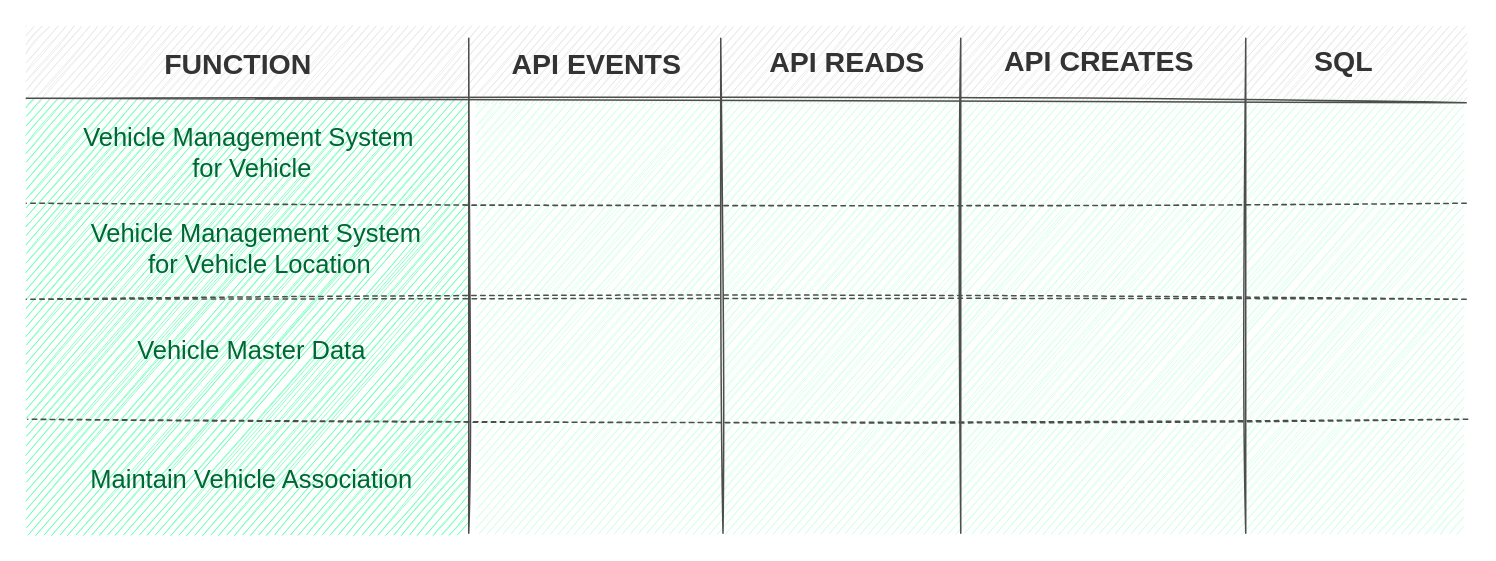
latonaio/sap-sandbox-vehicles keeps this draw.io diagram as documents/sap-sandbox-vehicle.drawio. Above is the earlier version. Source tidied: cells renumbered, new cells numbered last; positions are measured from the earlier drawing's top-left corner, leaving out a move shared by most shapes. Both pictures are drawn from the tidied source at 150%, with x=0, y=0 at pixel (26, 26). Pictures stored in the file or linked from it are replaced by grey dashed boxes.
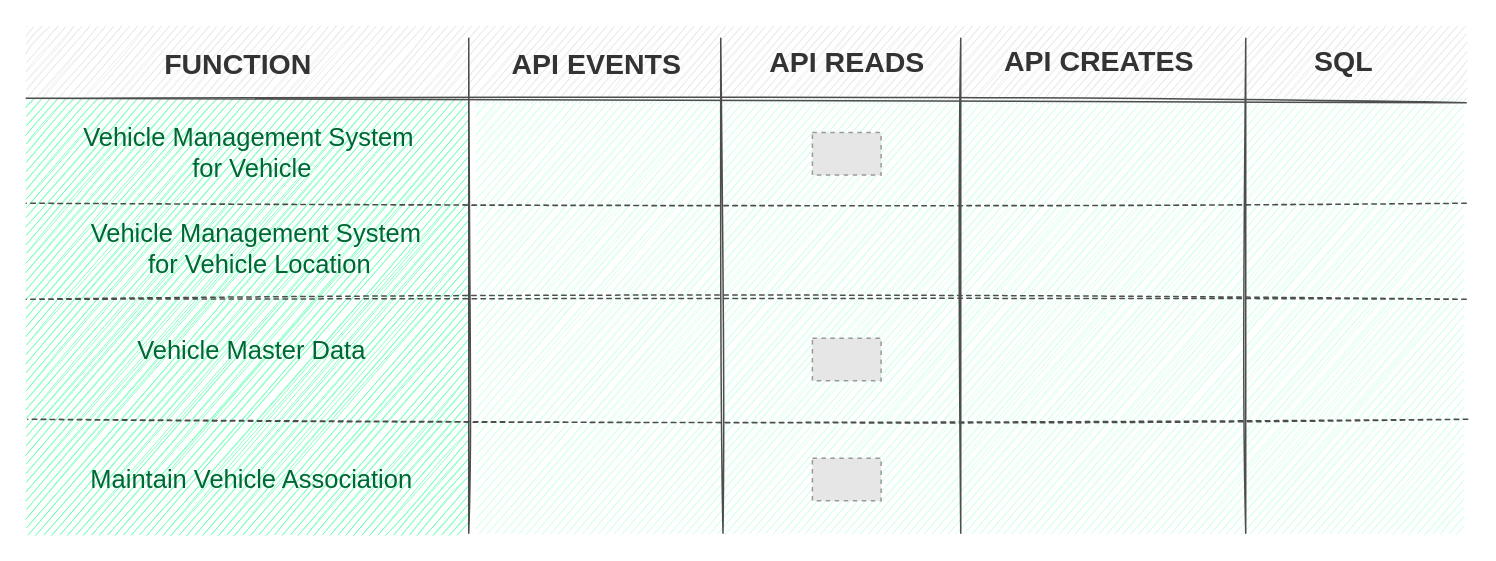
Above is the later version.

Diff of the diagram source:
```diff
@@
+    <mxCell id="22" style="fillColor=#E6E6E6;strokeColor=#999999;dashed=1;verticalLabelPosition=bottom;labelBackgroundColor=#ffffff;verticalAlign=top;" parent="1" vertex="1">
+      <mxGeometry x="524.1" y="70.9" width="45.8" height="28.3" as="geometry" />
+    </mxCell>
+    <mxCell id="23" style="fillColor=#E6E6E6;strokeColor=#999999;dashed=1;verticalLabelPosition=bottom;labelBackgroundColor=#ffffff;verticalAlign=top;" parent="1" vertex="1">
+      <mxGeometry x="524.1" y="208" width="45.8" height="28.3" as="geometry" />
+    </mxCell>
+    <mxCell id="24" style="fillColor=#E6E6E6;strokeColor=#999999;dashed=1;verticalLabelPosition=bottom;labelBackgroundColor=#ffffff;verticalAlign=top;" parent="1" vertex="1">
+      <mxGeometry x="524.1" y="288" width="45.8" height="28.3" as="geometry" />
+    </mxCell>
```
